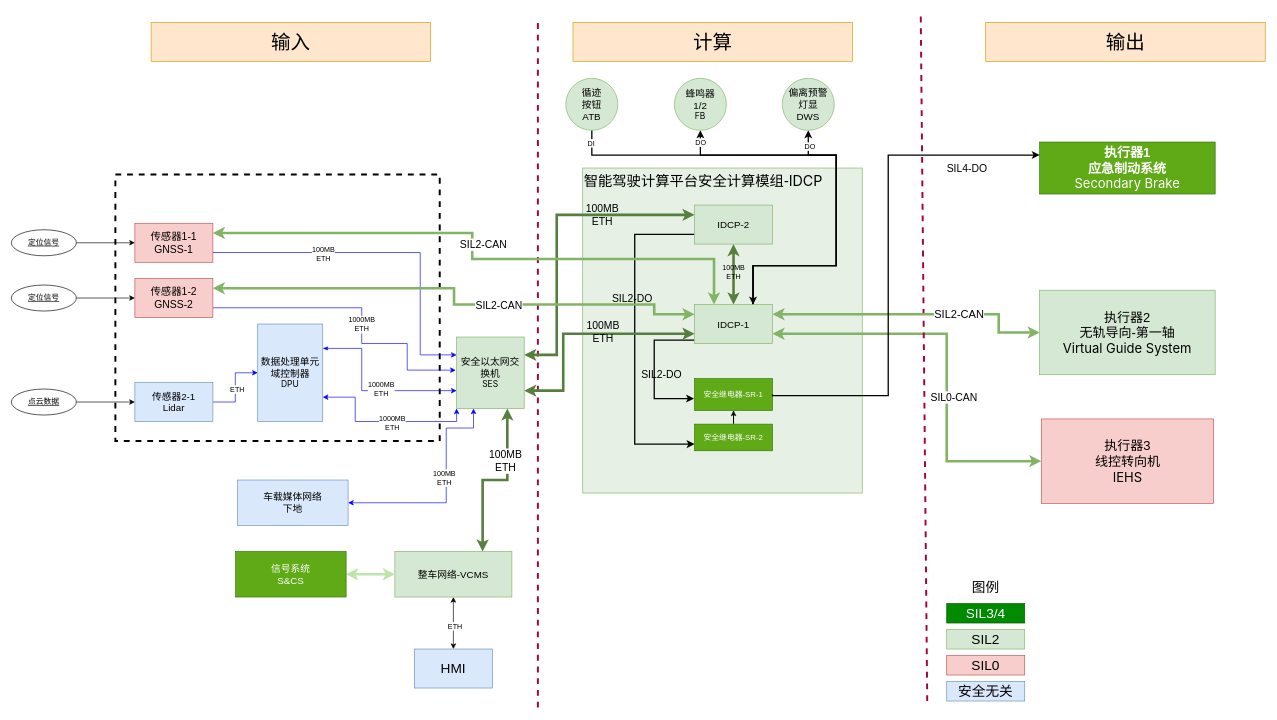
The draw.io diagram page "循迹系统全连接图-240415update" (1 of 9) of 马来DAS系统关联关系图.drawio in FrankWong-cs/SharingwithColleagues, before the edit. Source tidied: cells renumbered, new cells numbered last; positions are measured from the earlier drawing's top-left corner, leaving out a move shared by most shapes. Both pictures are drawn from the tidied source at 65%, with x=0, y=0 at pixel (11, 12).
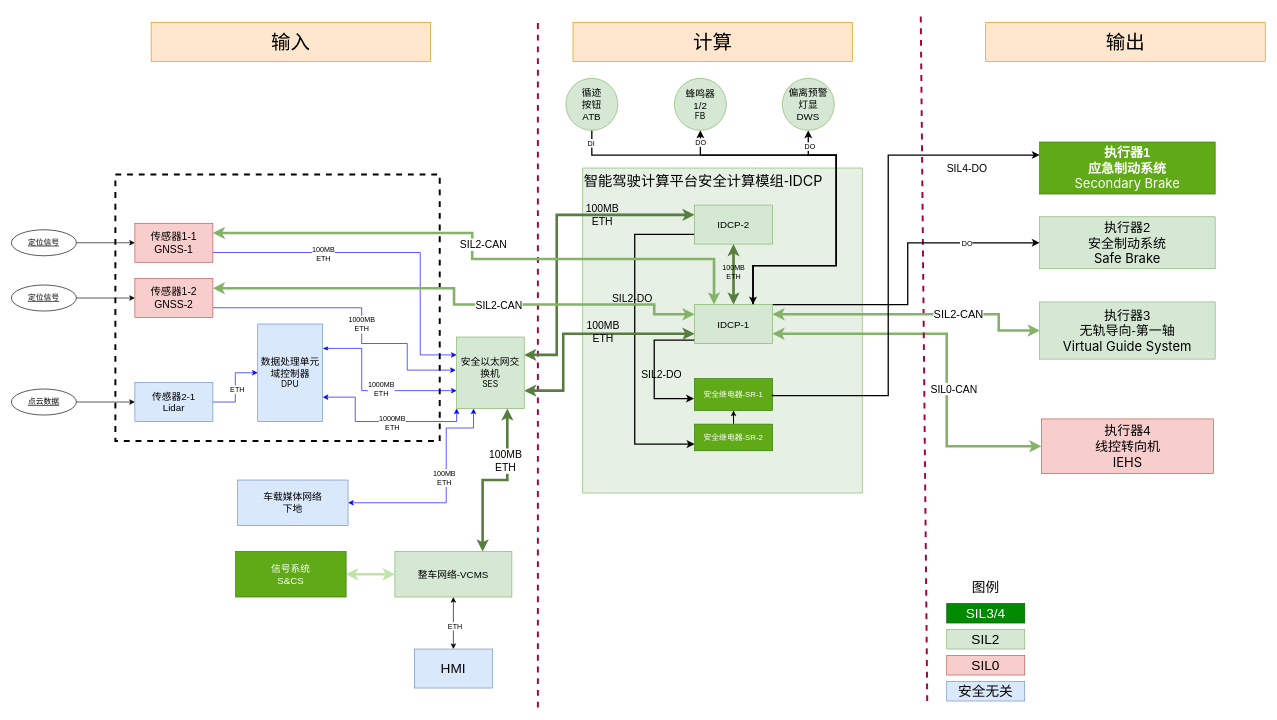
The same page after the edit.

Unchanged cells that the change refers to:
```xml
<mxCell id="58" value="IDCP-1" style="rounded=0;whiteSpace=wrap;html=1;fillColor=#d5e8d4;fontColor=default;strokeColor=#82b366;fontSize=15;" parent="1" vertex="1">
  <mxGeometry x="1051" y="450" width="120" height="60" as="geometry" />
</mxCell>
```

What changed in the source:
```diff
@@
     <mxCell id="24" style="edgeStyle=orthogonalEdgeStyle;rounded=0;jettySize=auto;html=1;exitX=0;exitY=0.5;exitDx=0;exitDy=0;entryX=1;entryY=0.75;entryDx=0;entryDy=0;startArrow=classic;startFill=1;strokeColor=#82b366;strokeWidth=4;align=center;verticalAlign=middle;fontFamily=Helvetica;fontSize=11;fontColor=default;labelBackgroundColor=default;endArrow=classic;fillColor=#d5e8d4;" parent="1" edge="1" source="26" target="58">
       <mxGeometry relative="1" as="geometry">
         <Array as="points">
-          <mxPoint x="1439" y="691" />
+          <mxPoint x="1439" y="668" />
           <mxPoint x="1439" y="495" />
         </Array>
       </mxGeometry>
     </mxCell>
@@
-    <mxCell id="26" value="&lt;div style=&quot;font-size: 20px;&quot;&gt;&lt;font style=&quot;font-size: 20px;&quot;&gt;执行器3&lt;br style=&quot;font-size: 20px;&quot;&gt;&lt;/font&gt;&lt;/div&gt;&lt;font style=&quot;font-size: 20px;&quot;&gt;线控转向机&lt;br style=&quot;font-size: 20px;&quot;&gt;&lt;div style=&quot;font-size: 20px;&quot;&gt;&lt;div style=&quot;white-space: pre; font-size: 20px;&quot;&gt;&lt;span style=&quot;font-family: LarkHackSafariFont, LarkEmojiFont, LarkChineseQuote, -apple-system, BlinkMacSystemFont, &amp;quot;Helvetica Neue&amp;quot;, Tahoma, &amp;quot;PingFang SC&amp;quot;, &amp;quot;Microsoft Yahei&amp;quot;, Arial, &amp;quot;Hiragino Sans GB&amp;quot;, sans-serif, &amp;quot;Apple Color Emoji&amp;quot;, &amp;quot;Segoe UI Emoji&amp;quot;, &amp;quot;Segoe UI Symbol&amp;quot;, &amp;quot;Noto Color Emoji&amp;quot;; font-size: 20px;&quot;&gt;IEHS&lt;/span&gt;&lt;/div&gt;&lt;/div&gt;&lt;/font&gt;" style="whiteSpace=wrap;html=1;align=center;fontSize=20;fillColor=#f8cecc;strokeColor=#b85450;" parent="1" vertex="1">
-      <mxGeometry x="1584.5" y="626" width="265" height="130" as="geometry" />
+    <mxCell id="26" value="&lt;div style=&quot;font-size: 20px;&quot;&gt;&lt;font style=&quot;font-size: 20px;&quot;&gt;执行器4&lt;br style=&quot;font-size: 20px;&quot;&gt;&lt;/font&gt;&lt;/div&gt;&lt;font style=&quot;font-size: 20px;&quot;&gt;线控转向机&lt;br style=&quot;font-size: 20px;&quot;&gt;&lt;div style=&quot;font-size: 20px;&quot;&gt;&lt;div style=&quot;white-space: pre; font-size: 20px;&quot;&gt;&lt;span style=&quot;font-family: LarkHackSafariFont, LarkEmojiFont, LarkChineseQuote, -apple-system, BlinkMacSystemFont, &amp;quot;Helvetica Neue&amp;quot;, Tahoma, &amp;quot;PingFang SC&amp;quot;, &amp;quot;Microsoft Yahei&amp;quot;, Arial, &amp;quot;Hiragino Sans GB&amp;quot;, sans-serif, &amp;quot;Apple Color Emoji&amp;quot;, &amp;quot;Segoe UI Emoji&amp;quot;, &amp;quot;Segoe UI Symbol&amp;quot;, &amp;quot;Noto Color Emoji&amp;quot;; font-size: 20px;&quot;&gt;IEHS&lt;/span&gt;&lt;/div&gt;&lt;/div&gt;&lt;/font&gt;" style="whiteSpace=wrap;html=1;align=center;fontSize=20;fillColor=#f8cecc;strokeColor=#b85450;" parent="1" vertex="1">
+      <mxGeometry x="1584.5" y="626" width="265" height="84" as="geometry" />
     </mxCell>
@@
     <mxCell id="37" style="edgeStyle=orthogonalEdgeStyle;rounded=0;jettySize=auto;html=1;exitX=0;exitY=0.5;exitDx=0;exitDy=0;entryX=1;entryY=0.25;entryDx=0;entryDy=0;strokeWidth=4;fillColor=#d5e8d4;strokeColor=#82b366;startArrow=classic;startFill=1;" parent="1" edge="1" source="39" target="58">
       <mxGeometry relative="1" as="geometry">
         <Array as="points">
-          <mxPoint x="1519" y="493" />
+          <mxPoint x="1519" y="490" />
           <mxPoint x="1519" y="465" />
         </Array>
       </mxGeometry>
     </mxCell>
@@
-    <mxCell id="39" value="执行器2&lt;br style=&quot;font-size: 20px;&quot;&gt;无轨导向-第一轴&lt;div style=&quot;font-size: 20px;&quot;&gt;&lt;div style=&quot;font-size: 20px;&quot;&gt;&lt;div style=&quot;white-space: pre; font-size: 20px;&quot;&gt;&lt;span style=&quot;font-family: LarkHackSafariFont, LarkEmojiFont, LarkChineseQuote, -apple-system, BlinkMacSystemFont, &amp;quot;Helvetica Neue&amp;quot;, Tahoma, &amp;quot;PingFang SC&amp;quot;, &amp;quot;Microsoft Yahei&amp;quot;, Arial, &amp;quot;Hiragino Sans GB&amp;quot;, sans-serif, &amp;quot;Apple Color Emoji&amp;quot;, &amp;quot;Segoe UI Emoji&amp;quot;, &amp;quot;Segoe UI Symbol&amp;quot;, &amp;quot;Noto Color Emoji&amp;quot;; font-size: 20px;&quot;&gt;Virtual Guide System&lt;/span&gt;&lt;/div&gt;&lt;/div&gt;&lt;/div&gt;" style="whiteSpace=wrap;html=1;align=center;fontSize=20;fillColor=#d5e8d4;strokeColor=#82b366;" parent="1" vertex="1">
-      <mxGeometry x="1582" y="428" width="270" height="130" as="geometry" />
+    <mxCell id="39" value="执行器3&lt;br style=&quot;font-size: 20px;&quot;&gt;无轨导向-第一轴&lt;div style=&quot;font-size: 20px;&quot;&gt;&lt;div style=&quot;font-size: 20px;&quot;&gt;&lt;div style=&quot;white-space: pre; font-size: 20px;&quot;&gt;&lt;span style=&quot;font-family: LarkHackSafariFont, LarkEmojiFont, LarkChineseQuote, -apple-system, BlinkMacSystemFont, &amp;quot;Helvetica Neue&amp;quot;, Tahoma, &amp;quot;PingFang SC&amp;quot;, &amp;quot;Microsoft Yahei&amp;quot;, Arial, &amp;quot;Hiragino Sans GB&amp;quot;, sans-serif, &amp;quot;Apple Color Emoji&amp;quot;, &amp;quot;Segoe UI Emoji&amp;quot;, &amp;quot;Segoe UI Symbol&amp;quot;, &amp;quot;Noto Color Emoji&amp;quot;; font-size: 20px;&quot;&gt;Virtual Guide System&lt;/span&gt;&lt;/div&gt;&lt;/div&gt;&lt;/div&gt;" style="whiteSpace=wrap;html=1;align=center;fontSize=20;fillColor=#d5e8d4;strokeColor=#82b366;" parent="1" vertex="1">
+      <mxGeometry x="1582" y="446" width="270" height="88" as="geometry" />
     </mxCell>
@@
+    <mxCell id="85" style="edgeStyle=orthogonalEdgeStyle;rounded=0;jettySize=auto;html=1;exitX=1;exitY=0;exitDx=0;exitDy=0;entryX=0;entryY=0.5;entryDx=0;entryDy=0;strokeColor=default;strokeWidth=2;align=center;verticalAlign=middle;fontFamily=Helvetica;fontSize=11;fontColor=default;labelBackgroundColor=default;endArrow=classic;" parent="1" edge="1" source="58" target="87">
+      <mxGeometry relative="1" as="geometry">
+        <Array as="points">
+          <mxPoint x="1379" y="450" />
+          <mxPoint x="1379" y="355" />
+        </Array>
+      </mxGeometry>
+    </mxCell>
+    <mxCell id="86" value="&amp;nbsp;DO" style="edgeLabel;html=1;align=center;verticalAlign=middle;fontFamily=Helvetica;fontSize=11;fontColor=default;labelBackgroundColor=default;fillColor=none;gradientColor=none;" parent="85" vertex="1">
+      <mxGeometry x="0.55" y="-1" relative="1" as="geometry" />
+    </mxCell>
@@
+    <mxCell id="87" value="执行器2&lt;br style=&quot;font-size: 20px;&quot;&gt;安全制动系统&lt;div style=&quot;font-size: 20px;&quot;&gt;&lt;div style=&quot;font-size: 20px;&quot;&gt;&lt;div style=&quot;white-space: pre; font-size: 20px;&quot;&gt;&lt;span style=&quot;font-family: LarkHackSafariFont, LarkEmojiFont, LarkChineseQuote, -apple-system, BlinkMacSystemFont, &amp;quot;Helvetica Neue&amp;quot;, Tahoma, &amp;quot;PingFang SC&amp;quot;, &amp;quot;Microsoft Yahei&amp;quot;, Arial, &amp;quot;Hiragino Sans GB&amp;quot;, sans-serif, &amp;quot;Apple Color Emoji&amp;quot;, &amp;quot;Segoe UI Emoji&amp;quot;, &amp;quot;Segoe UI Symbol&amp;quot;, &amp;quot;Noto Color Emoji&amp;quot;; font-size: 20px;&quot;&gt;Safe Brake&lt;/span&gt;&lt;/div&gt;&lt;/div&gt;&lt;/div&gt;" style="whiteSpace=wrap;html=1;align=center;fontSize=20;fillColor=#d5e8d4;strokeColor=#82b366;fontStyle=0;" parent="1" vertex="1">
+      <mxGeometry x="1582" y="315" width="270" height="80" as="geometry" />
+    </mxCell>
```
